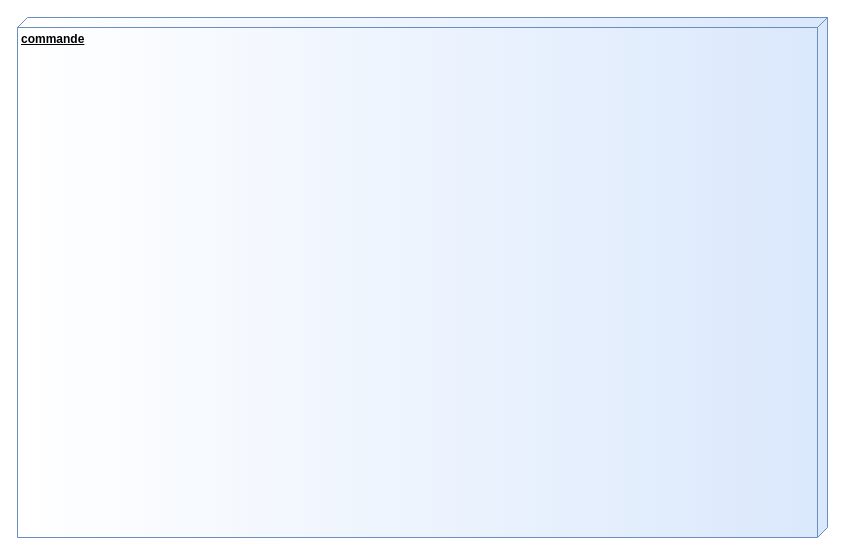
Before: UseCase01.drawio in Romderful/Project4_OCPizza, a draw.io diagram. Source tidied: cells renumbered, new cells numbered last; positions are measured from the earlier drawing's top-left corner, leaving out a move shared by most shapes. Both pictures are drawn from the tidied source at 100%, with x=0, y=0 at pixel (17, 17).
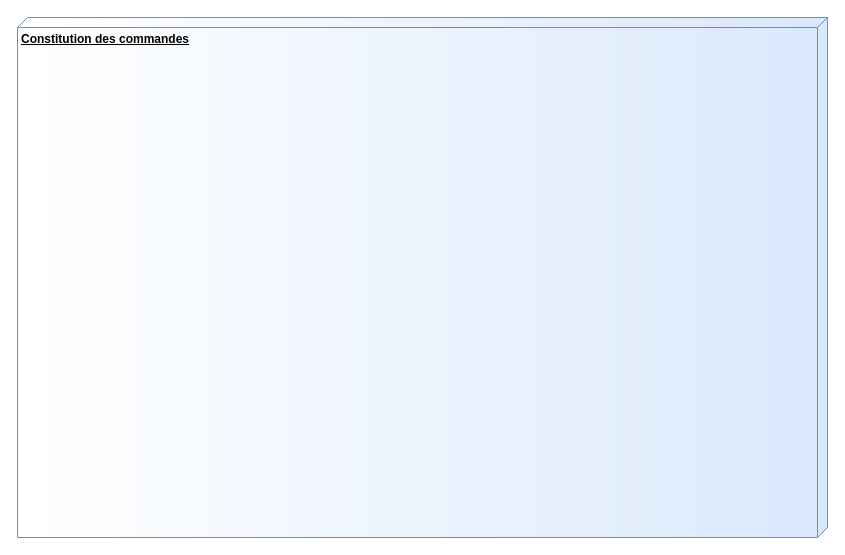
The same diagram, later.

The edit, as a diff of the source:
```diff
@@
 <mxGraphModel background="#ffffff">
   <root>
     <mxCell id="0" />
     <mxCell id="1" parent="0" />
-    <mxCell id="2" value="&lt;b&gt;commande&lt;/b&gt;" style="verticalAlign=top;align=left;spacingTop=8;spacingLeft=2;spacingRight=12;shape=cube;size=10;direction=south;fontStyle=4;html=1;fillColor=#dae8fc;strokeColor=#6c8ebf;gradientColor=#ffffff;" parent="1" vertex="1">
+    <mxCell id="2" value="&lt;b&gt;Constitution des commandes&lt;/b&gt;" style="verticalAlign=top;align=left;spacingTop=8;spacingLeft=2;spacingRight=12;shape=cube;size=10;direction=south;fontStyle=4;html=1;fillColor=#dae8fc;strokeColor=#6c8ebf;gradientColor=#ffffff;" parent="1" vertex="1">
       <mxGeometry width="810" height="520" as="geometry" />
     </mxCell>
   </root>
 </mxGraphModel>
```
